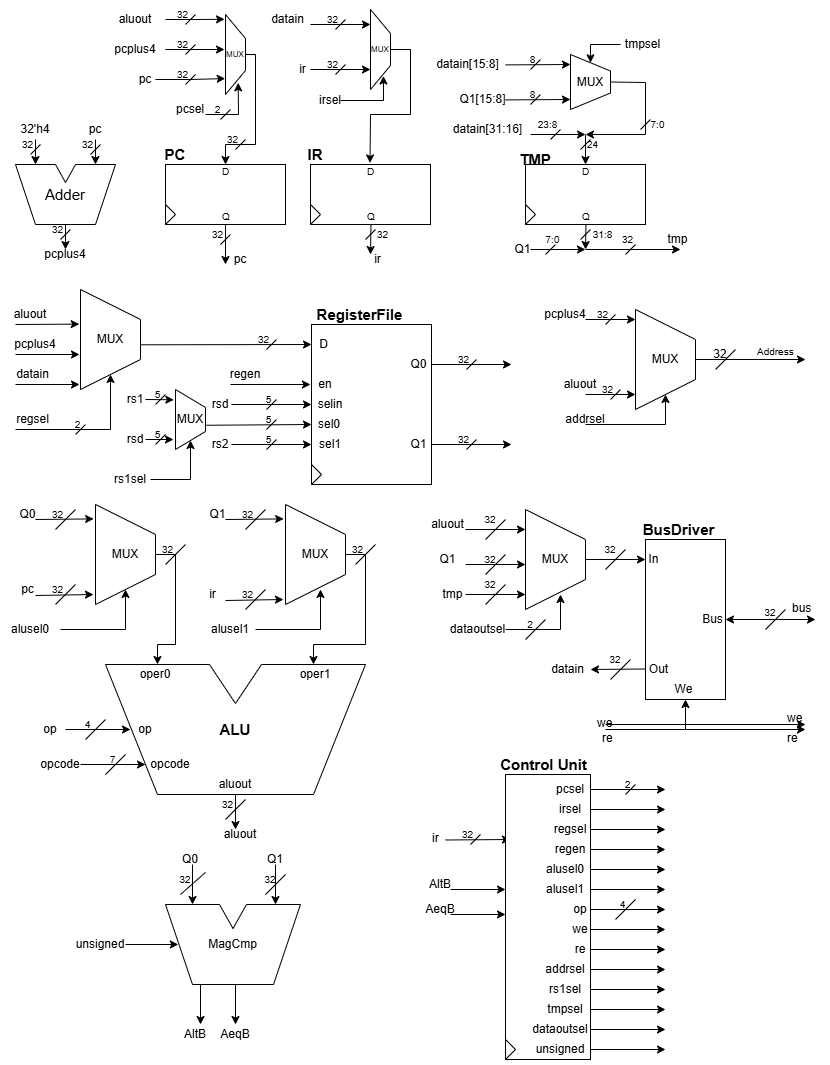
Before: schematic.png, a diagram exported from draw.io (AryllPetersen/rv32I). Source tidied: cells renumbered, new cells last; positions are measured from the earlier drawing's top-left corner, leaving out a move shared by most shapes.
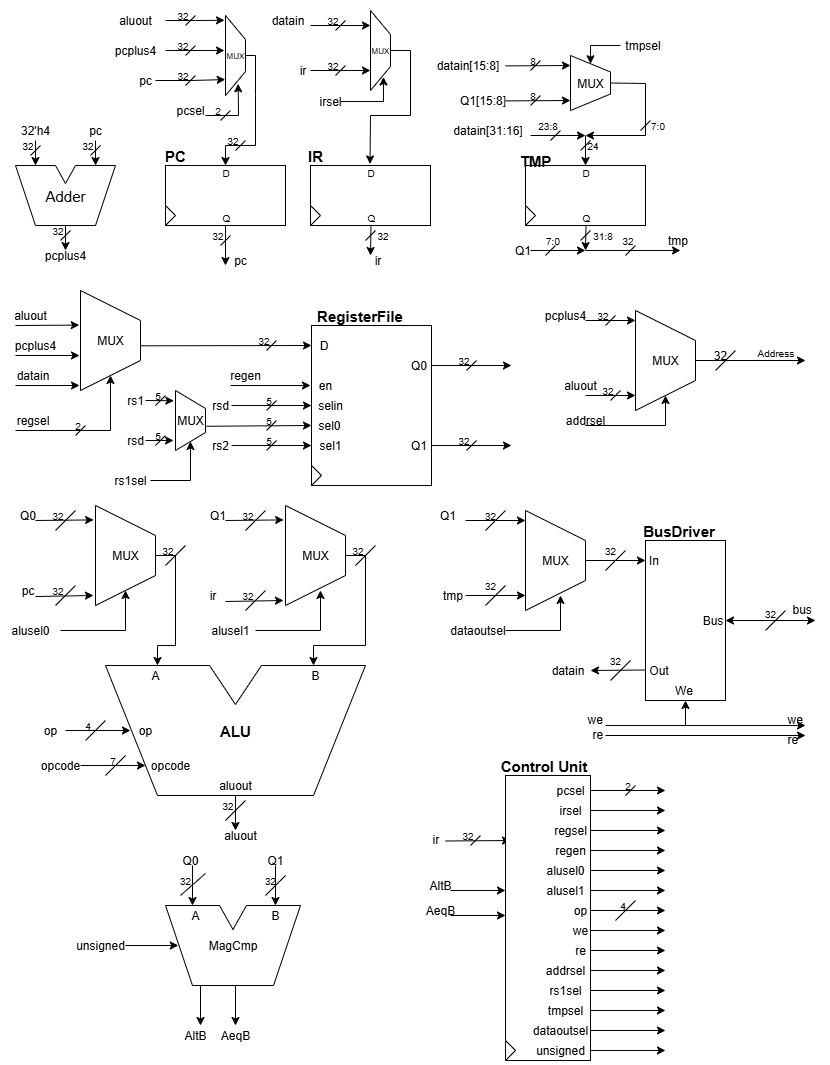
Later version of the same file.

The edit, as a diff of the source:
```diff
@@ -316,9 +316,6 @@
     <mxCell id="79" value="datain" style="text;html=1;align=center;verticalAlign=middle;whiteSpace=wrap;rounded=0;labelBackgroundColor=none;" parent="1" vertex="1">
       <mxGeometry x="560" y="655" width="15" height="30" as="geometry" />
     </mxCell>
-    <mxCell id="80" value="aluout" style="text;html=1;align=center;verticalAlign=middle;whiteSpace=wrap;rounded=0;labelBackgroundColor=none;" parent="1" vertex="1">
-      <mxGeometry x="440" y="510" width="15" height="30" as="geometry" />
-    </mxCell>
     <mxCell id="81" style="rounded=0;whiteSpace=wrap;html=1;labelBackgroundColor=none;" parent="1" vertex="1">
       <mxGeometry x="310" y="165" width="120" height="60" as="geometry" />
     </mxCell>
@@ -554,10 +551,10 @@
         </Array>
       </mxGeometry>
     </mxCell>
-    <mxCell id="131" value="oper0" style="text;html=1;align=center;verticalAlign=middle;whiteSpace=wrap;rounded=0;labelBackgroundColor=none;" parent="1" vertex="1">
+    <mxCell id="131" value="A" style="text;html=1;align=center;verticalAlign=middle;whiteSpace=wrap;rounded=0;labelBackgroundColor=none;" parent="1" vertex="1">
       <mxGeometry x="125" y="660" width="60" height="30" as="geometry" />
     </mxCell>
-    <mxCell id="132" value="oper1" style="text;html=1;align=center;verticalAlign=middle;whiteSpace=wrap;rounded=0;labelBackgroundColor=none;" parent="1" vertex="1">
+    <mxCell id="132" value="B" style="text;html=1;align=center;verticalAlign=middle;whiteSpace=wrap;rounded=0;labelBackgroundColor=none;" parent="1" vertex="1">
       <mxGeometry x="285" y="660" width="60" height="30" as="geometry" />
     </mxCell>
     <mxCell id="133" style="endArrow=classic;html=1;rounded=0;labelBackgroundColor=none;fontColor=default;" parent="1" edge="1">
@@ -694,12 +691,12 @@
     </mxCell>
     <mxCell id="165" style="endArrow=classic;html=1;rounded=0;labelBackgroundColor=none;fontColor=default;" parent="1" edge="1">
       <mxGeometry relative="1" as="geometry">
-        <mxPoint x="605" y="730" as="sourcePoint" />
-        <mxPoint x="805" y="730" as="targetPoint" />
+        <mxPoint x="605" y="735" as="sourcePoint" />
+        <mxPoint x="805" y="735" as="targetPoint" />
       </mxGeometry>
     </mxCell>
     <mxCell id="166" value="&lt;font style=&quot;font-size: 12px;&quot;&gt;we&lt;br&gt;&lt;/font&gt;&lt;div&gt;&lt;br&gt;&lt;/div&gt;" style="text;html=1;strokeColor=none;fillColor=none;align=left;verticalAlign=top;whiteSpace=wrap;rounded=0;fontSize=10;labelBackgroundColor=none;" parent="1" vertex="1">
-      <mxGeometry x="595" y="710" width="40" height="20" as="geometry" />
+      <mxGeometry x="585" y="705" width="40" height="20" as="geometry" />
     </mxCell>
     <mxCell id="167" style="endArrow=classic;html=1;rounded=0;labelBackgroundColor=none;fontColor=default;" parent="1" edge="1">
       <mxGeometry relative="1" as="geometry">
@@ -708,11 +705,11 @@
       </mxGeometry>
     </mxCell>
     <mxCell id="168" value="&lt;font style=&quot;font-size: 12px;&quot;&gt;re&lt;br&gt;&lt;/font&gt;&lt;div&gt;&lt;br&gt;&lt;/div&gt;" style="text;html=1;strokeColor=none;fillColor=none;align=left;verticalAlign=top;whiteSpace=wrap;rounded=0;fontSize=10;labelBackgroundColor=none;" parent="1" vertex="1">
-      <mxGeometry x="600" y="725" width="40" height="20" as="geometry" />
+      <mxGeometry x="590" y="720" width="40" height="20" as="geometry" />
     </mxCell>
     <mxCell id="169" style="endArrow=classic;html=1;rounded=0;entryX=0.5;entryY=1;entryDx=0;entryDy=0;labelBackgroundColor=none;fontColor=default;" parent="1" edge="1" target="2">
       <mxGeometry relative="1" as="geometry">
-        <mxPoint x="685" y="730" as="sourcePoint" />
+        <mxPoint x="685" y="725" as="sourcePoint" />
       </mxGeometry>
     </mxCell>
     <mxCell id="170" value="&lt;font style=&quot;font-size: 12px;&quot;&gt;we&lt;br&gt;&lt;/font&gt;&lt;div&gt;&lt;br&gt;&lt;/div&gt;" style="text;html=1;strokeColor=none;fillColor=none;align=left;verticalAlign=top;whiteSpace=wrap;rounded=0;fontSize=10;labelBackgroundColor=none;" parent="1" vertex="1">
@@ -1278,21 +1275,6 @@
     <mxCell id="296" value="tmp" style="text;html=1;align=center;verticalAlign=middle;whiteSpace=wrap;rounded=0;labelBackgroundColor=none;" parent="1" vertex="1">
       <mxGeometry x="445" y="580" width="15" height="30" as="geometry" />
     </mxCell>
-    <mxCell id="297" style="endArrow=classic;html=1;rounded=0;labelBackgroundColor=none;fontColor=default;" parent="1" edge="1">
-      <mxGeometry relative="1" as="geometry">
-        <mxPoint x="465" y="530" as="sourcePoint" />
-        <mxPoint x="525" y="530" as="targetPoint" />
-      </mxGeometry>
-    </mxCell>
-    <mxCell id="298" style="endArrow=none;html=1;rounded=0;labelBackgroundColor=none;fontColor=default;" parent="1" edge="1">
-      <mxGeometry relative="1" as="geometry">
-        <mxPoint x="485" y="540" as="sourcePoint" />
-        <mxPoint x="505" y="520" as="targetPoint" />
-      </mxGeometry>
-    </mxCell>
-    <mxCell id="299" value="32" style="text;html=1;align=center;verticalAlign=middle;whiteSpace=wrap;rounded=0;fontSize=10;labelBackgroundColor=none;" parent="1" vertex="1">
-      <mxGeometry x="480" y="500" width="20" height="39" as="geometry" />
-    </mxCell>
     <mxCell id="300" style="endArrow=classic;html=1;rounded=0;labelBackgroundColor=none;fontColor=default;" parent="1" edge="1">
       <mxGeometry relative="1" as="geometry">
         <mxPoint x="465" y="595" as="sourcePoint" />
@@ -1342,32 +1324,23 @@
       </mxGeometry>
     </mxCell>
     <mxCell id="310" value="Q1" style="text;html=1;align=center;verticalAlign=middle;whiteSpace=wrap;rounded=0;labelBackgroundColor=none;" parent="1" vertex="1">
-      <mxGeometry x="440" y="545" width="15" height="30" as="geometry" />
+      <mxGeometry x="440" y="500" width="15" height="30" as="geometry" />
     </mxCell>
     <mxCell id="311" style="endArrow=classic;html=1;rounded=0;labelBackgroundColor=none;fontColor=default;" parent="1" edge="1">
       <mxGeometry relative="1" as="geometry">
-        <mxPoint x="465" y="565" as="sourcePoint" />
-        <mxPoint x="525" y="565" as="targetPoint" />
+        <mxPoint x="465" y="520" as="sourcePoint" />
+        <mxPoint x="525" y="520" as="targetPoint" />
       </mxGeometry>
     </mxCell>
     <mxCell id="312" style="endArrow=none;html=1;rounded=0;labelBackgroundColor=none;fontColor=default;" parent="1" edge="1">
       <mxGeometry relative="1" as="geometry">
-        <mxPoint x="485" y="575" as="sourcePoint" />
-        <mxPoint x="505" y="555" as="targetPoint" />
+        <mxPoint x="485" y="530" as="sourcePoint" />
+        <mxPoint x="505" y="510" as="targetPoint" />
       </mxGeometry>
     </mxCell>
     <mxCell id="313" value="32" style="text;html=1;align=center;verticalAlign=middle;whiteSpace=wrap;rounded=0;fontSize=10;labelBackgroundColor=none;" parent="1" vertex="1">
-      <mxGeometry x="480" y="540" width="20" height="39" as="geometry" />
+      <mxGeometry x="480" y="495" width="20" height="39" as="geometry" />
     </mxCell>
-    <mxCell id="314" value="2" style="text;html=1;align=center;verticalAlign=middle;whiteSpace=wrap;rounded=0;fontSize=10;labelBackgroundColor=none;" parent="1" vertex="1">
-      <mxGeometry x="520" y="605" width="20" height="39" as="geometry" />
-    </mxCell>
-    <mxCell id="315" style="endArrow=none;html=1;rounded=0;labelBackgroundColor=none;fontColor=default;" parent="1" edge="1">
-      <mxGeometry relative="1" as="geometry">
-        <mxPoint x="525" y="640" as="sourcePoint" />
-        <mxPoint x="545" y="620" as="targetPoint" />
-      </mxGeometry>
-    </mxCell>
     <mxCell id="316" value="unsigned" style="text;html=1;align=center;verticalAlign=middle;whiteSpace=wrap;rounded=0;labelBackgroundColor=none;" parent="1" vertex="1">
       <mxGeometry x="530" y="1035" width="60" height="30" as="geometry" />
     </mxCell>
@@ -1377,5 +1350,11 @@
         <mxPoint x="665" y="1050" as="targetPoint" />
       </mxGeometry>
     </mxCell>
+    <mxCell id="318" value="A" style="text;html=1;align=center;verticalAlign=middle;whiteSpace=wrap;rounded=0;labelBackgroundColor=none;" parent="1" vertex="1">
+      <mxGeometry x="165" y="900" width="60" height="30" as="geometry" />
+    </mxCell>
+    <mxCell id="319" value="B" style="text;html=1;align=center;verticalAlign=middle;whiteSpace=wrap;rounded=0;labelBackgroundColor=none;" parent="1" vertex="1">
+      <mxGeometry x="245" y="900" width="60" height="30" as="geometry" />
+    </mxCell>
   </root>
 </mxGraphModel>
```
